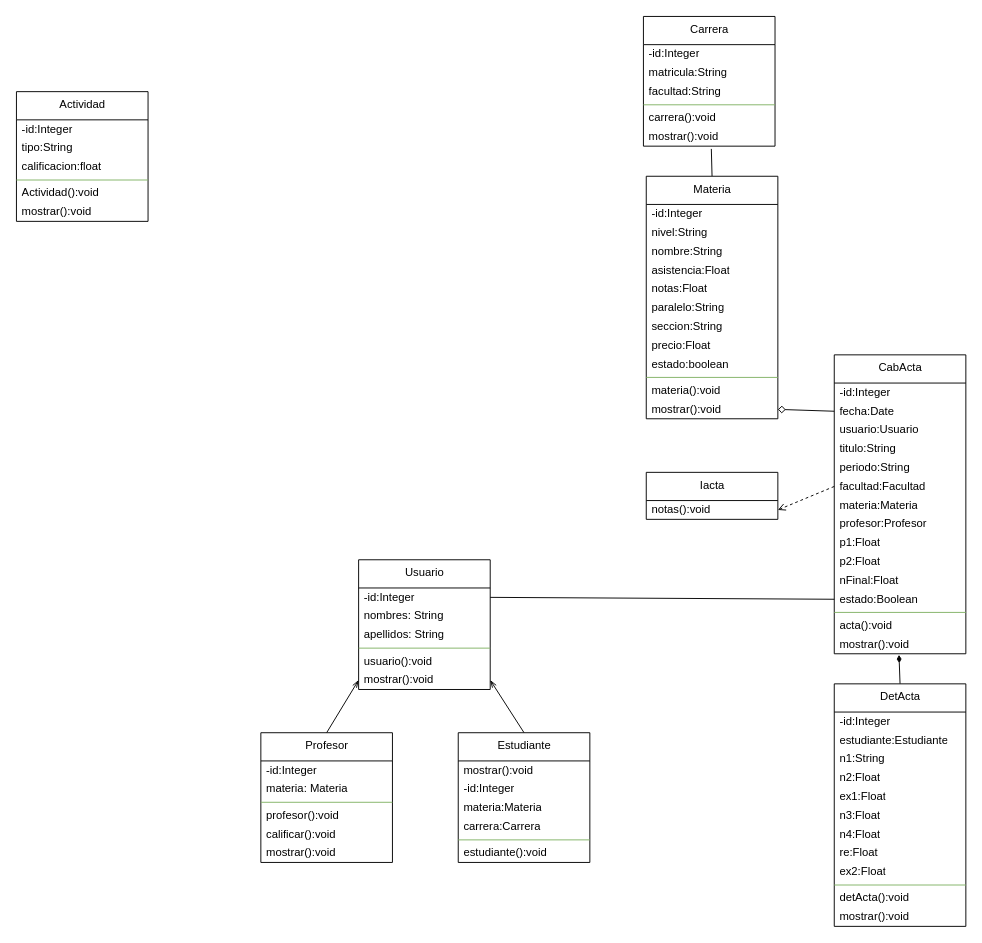
The draw.io diagram registro.drawio in alejandg1/poo_tarea1, before the edit. Source tidied: cells renumbered, new cells numbered last; positions are measured from the earlier drawing's top-left corner, leaving out a move shared by most shapes. Both pictures are drawn from the tidied source at 94%, with x=0, y=0 at pixel (16, 16).
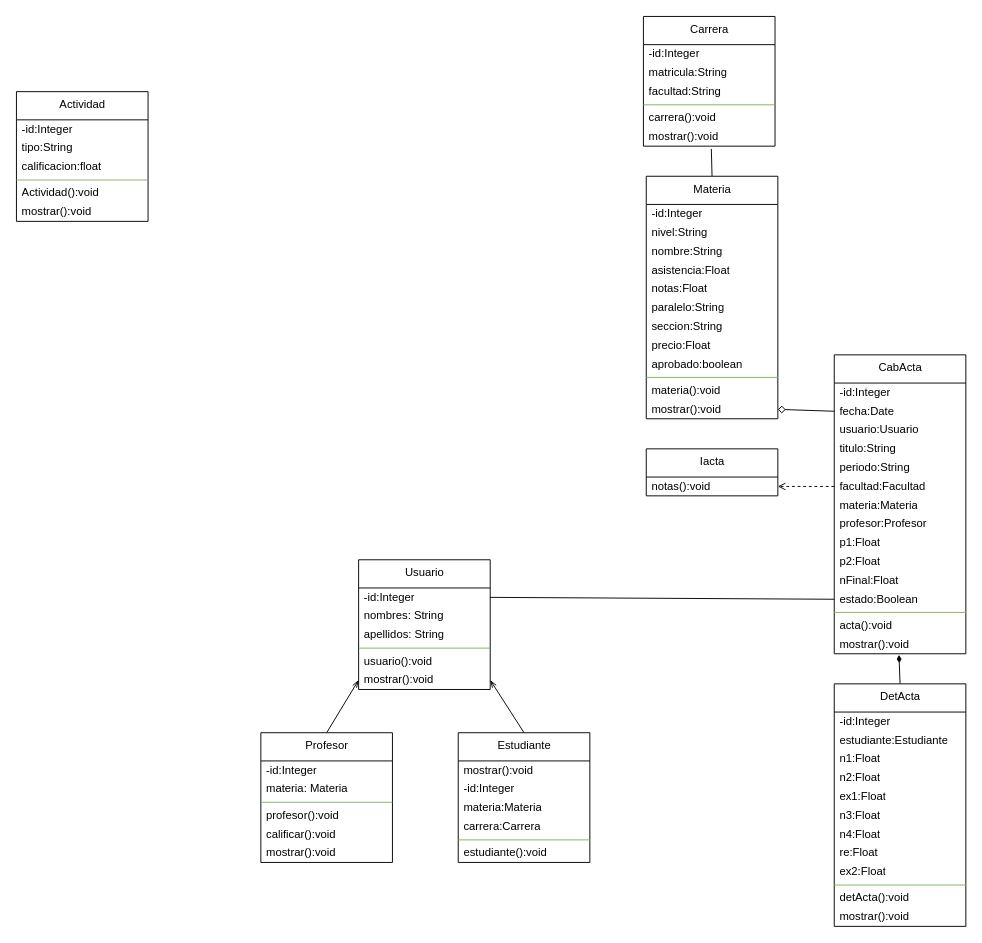
The same diagram, later.

The change refers to these unchanged cells:
```xml
<mxCell id="33" value="Materia" style="swimlane;fontStyle=0;align=center;verticalAlign=top;horizontal=1;startSize=30;html=1;" parent="1" vertex="1">
  <mxGeometry x="670" y="170" width="140" height="258" as="geometry" />
</mxCell>
<mxCell id="65" value="DetActa" style="swimlane;fontStyle=0;align=center;verticalAlign=top;horizontal=1;startSize=30;html=1;" parent="1" vertex="1">
  <mxGeometry x="870" y="710" width="140" height="258" as="geometry" />
</mxCell>
```

What changed in the source:
```diff
@@
-    <mxCell id="42" value="estado:boolean" style="text;html=1;strokeColor=none;fillColor=none;align=left;verticalAlign=middle;spacingLeft=4;spacingRight=4;overflow=hidden;" parent="33" vertex="1">
+    <mxCell id="42" value="aprobado:boolean" style="text;html=1;strokeColor=none;fillColor=none;align=left;verticalAlign=middle;spacingLeft=4;spacingRight=4;overflow=hidden;" parent="33" vertex="1">
       <mxGeometry y="190" width="140" height="20" as="geometry" />
     </mxCell>
@@
-    <mxCell id="68" value="n1:String" style="text;html=1;strokeColor=none;fillColor=none;align=left;verticalAlign=middle;spacingLeft=4;spacingRight=4;overflow=hidden;" parent="65" vertex="1">
+    <mxCell id="68" value="n1:Float" style="text;html=1;strokeColor=none;fillColor=none;align=left;verticalAlign=middle;spacingLeft=4;spacingRight=4;overflow=hidden;" parent="65" vertex="1">
       <mxGeometry y="70" width="140" height="20" as="geometry" />
     </mxCell>
@@
     <mxCell id="85" value="Iacta" style="swimlane;fontStyle=0;align=center;verticalAlign=top;horizontal=1;startSize=30;html=1;" parent="1" vertex="1">
-      <mxGeometry x="670" y="485" width="140" height="50" as="geometry" />
+      <mxGeometry x="670" y="460" width="140" height="50" as="geometry" />
     </mxCell>
```
